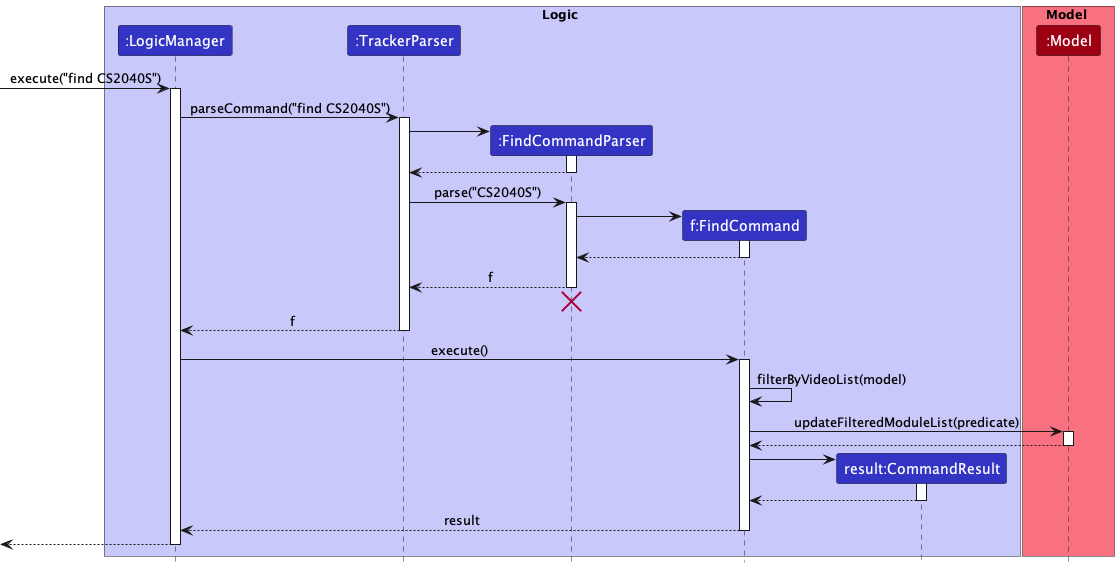
nus-cs2103-AY2223S2/tp keeps this PlantUML diagram as docs/images/FindSequenceDiagram.png. Above is the earlier version.
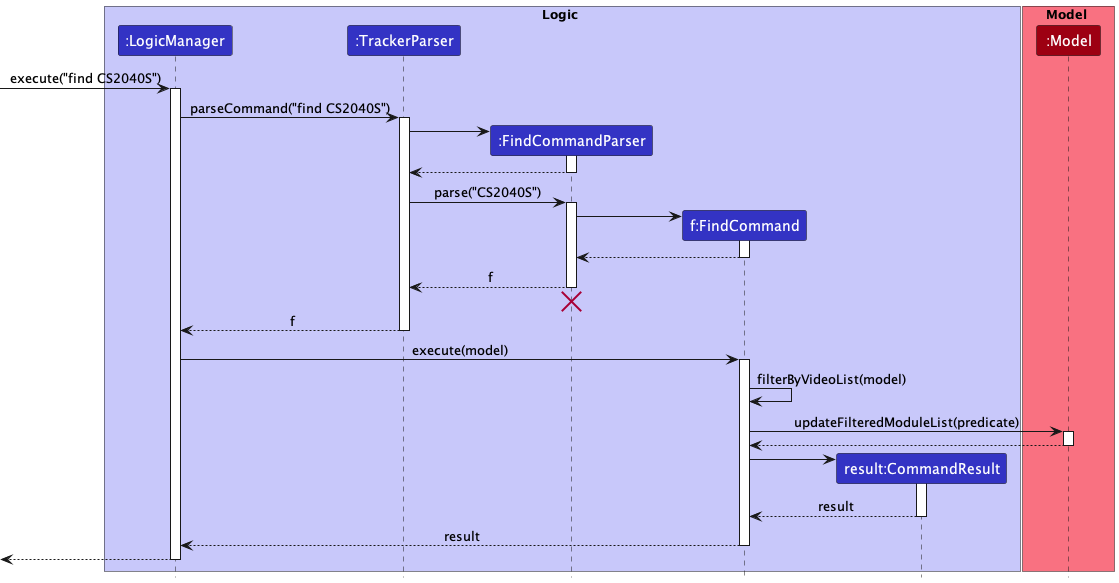
The same diagram one commit later.

What changed in the source:
```diff
@@ -45,7 +45,7 @@
 TrackerParser --> LogicManager : f
 deactivate TrackerParser
 
-LogicManager -> FindCommand : execute()
+LogicManager -> FindCommand : execute(model)
 activate FindCommand
 
 FindCommand -> FindCommand : filterByVideoList(model)
@@ -60,7 +60,7 @@
 FindCommand -> CommandResult
 activate CommandResult
 
-CommandResult --> FindCommand
+CommandResult --> FindCommand : result
 deactivate CommandResult
 
 FindCommand --> LogicManager : result
```
